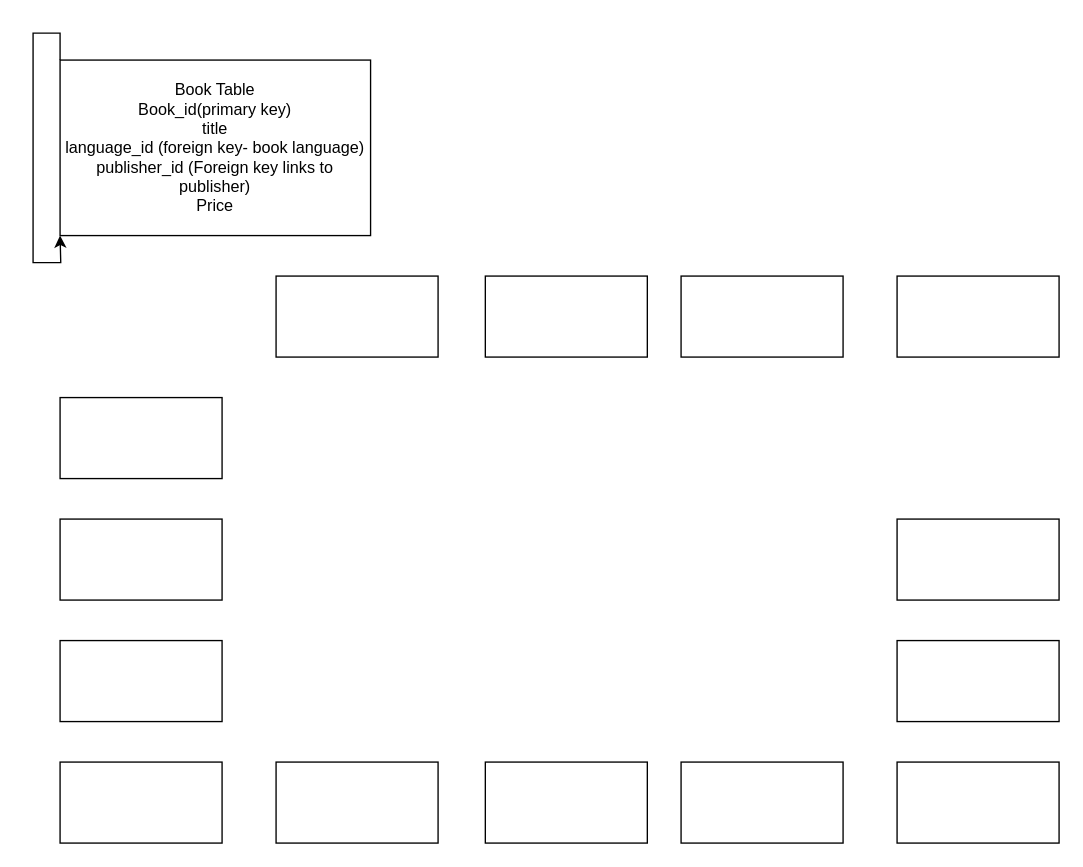
Earlier version of the draw.io diagram Bookstore.drawio (Kesa1203/GroupProject_Bookstore). Source tidied: cells renumbered, new cells numbered last; positions are measured from the earlier drawing's top-left corner, leaving out a move shared by most shapes. Both pictures are drawn from the tidied source at 135%, with x=0, y=0 at pixel (59, 59).
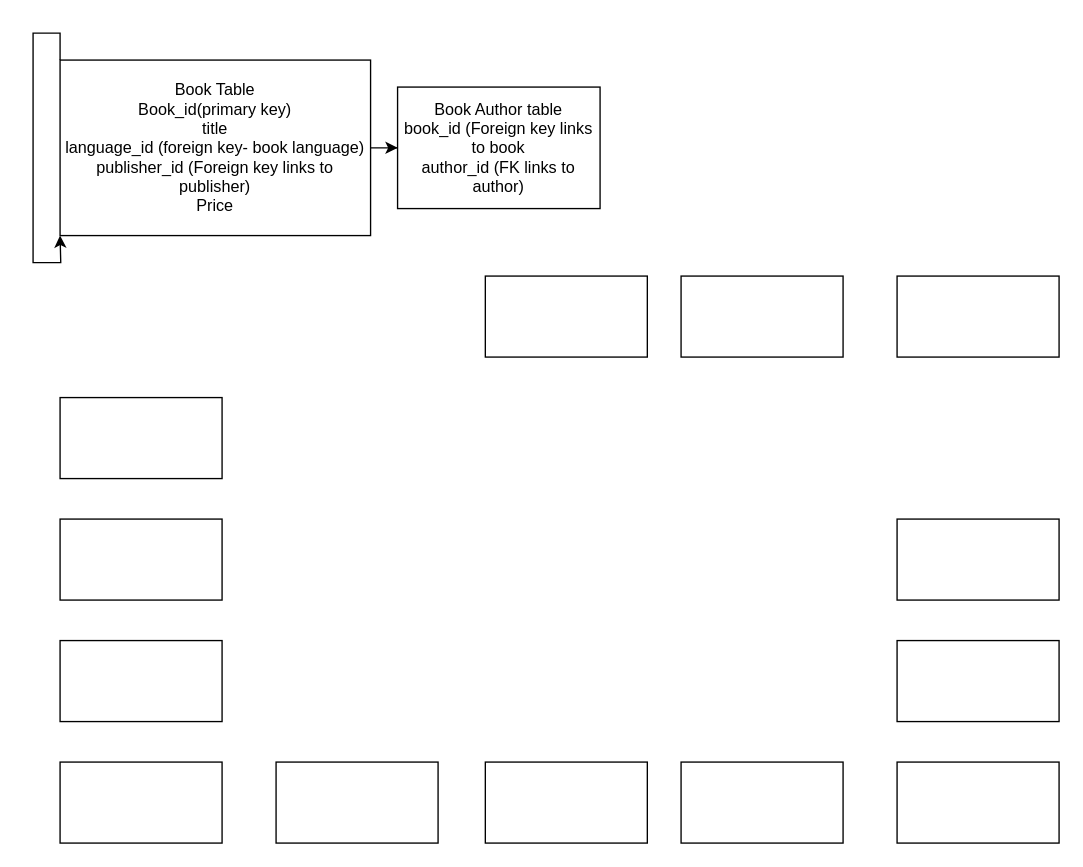
The same diagram, later.

Change to the diagram source:
```diff
@@
 <mxGraphModel>
   <root>
     <mxCell id="0" />
     <mxCell id="1" parent="0" />
     <mxCell id="2" style="edgeStyle=orthogonalEdgeStyle;rounded=0;jettySize=auto;html=1;exitX=0;exitY=0;exitDx=0;exitDy=0;" parent="1" edge="1" source="3">
       <mxGeometry relative="1" as="geometry">
         <mxPoint y="130" as="targetPoint" />
       </mxGeometry>
     </mxCell>
+    <mxCell id="18" style="edgeStyle=orthogonalEdgeStyle;rounded=0;jettySize=auto;html=1;" parent="1" edge="1" source="3" target="8">
+      <mxGeometry relative="1" as="geometry" />
+    </mxCell>
     <mxCell id="3" value="Book Table&lt;div&gt;Book_id(primary key)&lt;br&gt;title&lt;/div&gt;&lt;div&gt;language_id (foreign key- book language)&lt;/div&gt;&lt;div&gt;publisher_id (Foreign key links to publisher)&lt;/div&gt;&lt;div&gt;Price&lt;/div&gt;" style="rounded=0;whiteSpace=wrap;html=1;" parent="1" vertex="1">
       <mxGeometry width="230" height="130" as="geometry" />
     </mxCell>
     <mxCell id="4" style="rounded=0;whiteSpace=wrap;html=1;" parent="1" vertex="1">
       <mxGeometry y="340" width="120" height="60" as="geometry" />
     </mxCell>
     <mxCell id="5" style="rounded=0;whiteSpace=wrap;html=1;" parent="1" vertex="1">
       <mxGeometry y="250" width="120" height="60" as="geometry" />
     </mxCell>
     <mxCell id="6" style="rounded=0;whiteSpace=wrap;html=1;" parent="1" vertex="1">
       <mxGeometry y="430" width="120" height="60" as="geometry" />
     </mxCell>
     <mxCell id="7" style="rounded=0;whiteSpace=wrap;html=1;" parent="1" vertex="1">
       <mxGeometry y="520" width="120" height="60" as="geometry" />
     </mxCell>
-    <mxCell id="8" style="rounded=0;whiteSpace=wrap;html=1;" parent="1" vertex="1">
-      <mxGeometry x="160" y="160" width="120" height="60" as="geometry" />
+    <mxCell id="8" value="Book Author table&lt;div&gt;book_id (Foreign key links to book&lt;/div&gt;&lt;div&gt;author_id (FK links to author)&lt;/div&gt;" style="rounded=0;whiteSpace=wrap;html=1;" parent="1" vertex="1">
+      <mxGeometry x="250" y="20" width="150" height="90" as="geometry" />
     </mxCell>
     <mxCell id="9" style="rounded=0;whiteSpace=wrap;html=1;" parent="1" vertex="1">
       <mxGeometry x="315" y="160" width="120" height="60" as="geometry" />
     </mxCell>
     <mxCell id="10" style="rounded=0;whiteSpace=wrap;html=1;" parent="1" vertex="1">
       <mxGeometry x="460" y="160" width="120" height="60" as="geometry" />
     </mxCell>
     <mxCell id="11" style="rounded=0;whiteSpace=wrap;html=1;" parent="1" vertex="1">
       <mxGeometry x="620" y="160" width="120" height="60" as="geometry" />
     </mxCell>
     <mxCell id="12" style="rounded=0;whiteSpace=wrap;html=1;" parent="1" vertex="1">
       <mxGeometry x="620" y="340" width="120" height="60" as="geometry" />
     </mxCell>
     <mxCell id="13" style="rounded=0;whiteSpace=wrap;html=1;" parent="1" vertex="1">
       <mxGeometry x="315" y="520" width="120" height="60" as="geometry" />
     </mxCell>
     <mxCell id="14" style="rounded=0;whiteSpace=wrap;html=1;" parent="1" vertex="1">
       <mxGeometry x="620" y="430" width="120" height="60" as="geometry" />
     </mxCell>
     <mxCell id="15" style="rounded=0;whiteSpace=wrap;html=1;" parent="1" vertex="1">
       <mxGeometry x="620" y="520" width="120" height="60" as="geometry" />
     </mxCell>
     <mxCell id="16" style="rounded=0;whiteSpace=wrap;html=1;" parent="1" vertex="1">
       <mxGeometry x="460" y="520" width="120" height="60" as="geometry" />
     </mxCell>
     <mxCell id="17" style="rounded=0;whiteSpace=wrap;html=1;" parent="1" vertex="1">
       <mxGeometry x="160" y="520" width="120" height="60" as="geometry" />
     </mxCell>
   </root>
 </mxGraphModel>
```
